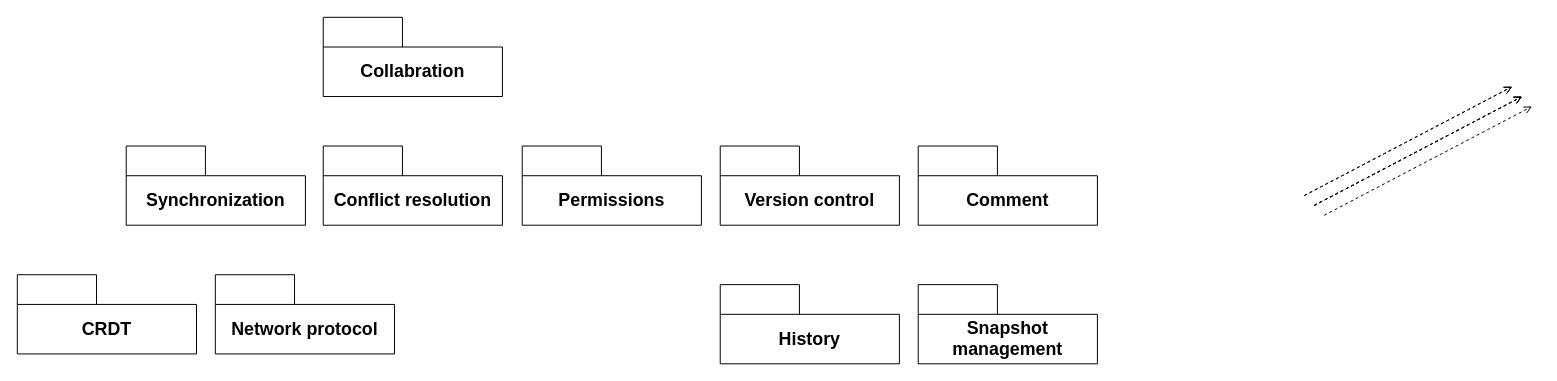
Before: page "Package diagram - Collabration" (14 of 25) of doc/dial_editor.drawio in zz0-0/dial_editor, a draw.io diagram. Source tidied: cells renumbered, new cells numbered last; positions are measured from the earlier drawing's top-left corner, leaving out a move shared by most shapes. Both pictures are drawn from the tidied source at 99%, with x=0, y=0 at pixel (17, 17).
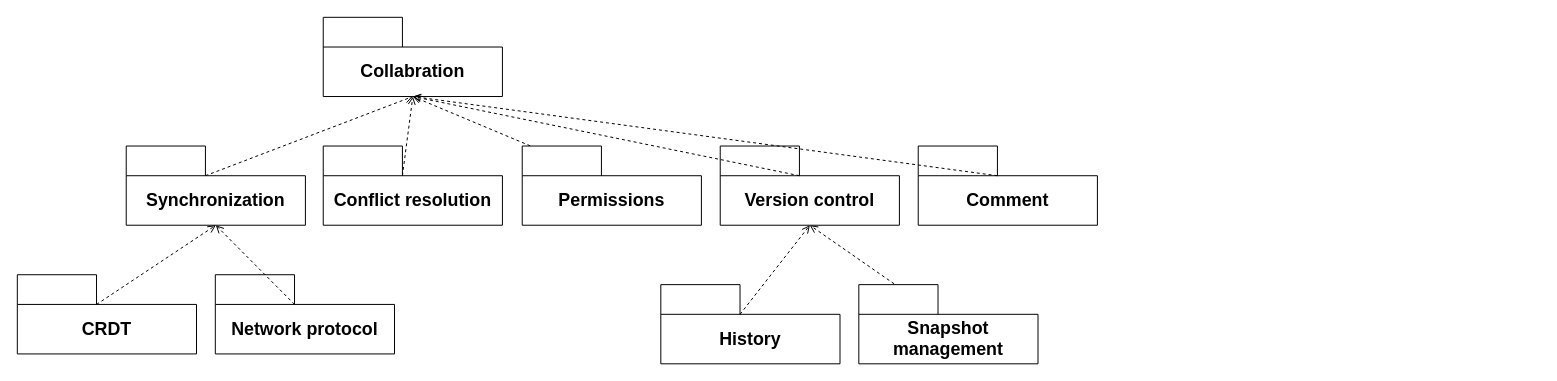
The same page after the edit.

Unchanged cells that the change refers to:
```xml
<mxCell id="8" value="Collabration" style="shape=folder;fontStyle=1;tabWidth=80;tabHeight=30;tabPosition=left;html=1;boundedLbl=1;whiteSpace=wrap;fontSize=18;" parent="1" vertex="1">
  <mxGeometry x="309" width="181" height="80" as="geometry" />
</mxCell>
<mxCell id="9" value="Synchronization" style="shape=folder;fontStyle=1;tabWidth=80;tabHeight=30;tabPosition=left;html=1;boundedLbl=1;whiteSpace=wrap;fontSize=18;" parent="1" vertex="1">
  <mxGeometry x="110" y="130" width="181" height="80" as="geometry" />
</mxCell>
<mxCell id="10" value="Conflict resolution" style="shape=folder;fontStyle=1;tabWidth=80;tabHeight=30;tabPosition=left;html=1;boundedLbl=1;whiteSpace=wrap;fontSize=18;" parent="1" vertex="1">
  <mxGeometry x="309" y="130" width="181" height="80" as="geometry" />
</mxCell>
<mxCell id="11" value="Permissions " style="shape=folder;fontStyle=1;tabWidth=80;tabHeight=30;tabPosition=left;html=1;boundedLbl=1;whiteSpace=wrap;fontSize=18;" parent="1" vertex="1">
  <mxGeometry x="510" y="130" width="181" height="80" as="geometry" />
</mxCell>
<mxCell id="12" value="CRDT" style="shape=folder;fontStyle=1;tabWidth=80;tabHeight=30;tabPosition=left;html=1;boundedLbl=1;whiteSpace=wrap;fontSize=18;" parent="1" vertex="1">
  <mxGeometry y="260" width="181" height="80" as="geometry" />
</mxCell>
<mxCell id="13" value="Network protocol" style="shape=folder;fontStyle=1;tabWidth=80;tabHeight=30;tabPosition=left;html=1;boundedLbl=1;whiteSpace=wrap;fontSize=18;" parent="1" vertex="1">
  <mxGeometry x="200" y="260" width="181" height="80" as="geometry" />
</mxCell>
<mxCell id="14" value="Version control" style="shape=folder;fontStyle=1;tabWidth=80;tabHeight=30;tabPosition=left;html=1;boundedLbl=1;whiteSpace=wrap;fontSize=18;" parent="1" vertex="1">
  <mxGeometry x="710" y="130" width="181" height="80" as="geometry" />
</mxCell>
<mxCell id="17" value="Comment" style="shape=folder;fontStyle=1;tabWidth=80;tabHeight=30;tabPosition=left;html=1;boundedLbl=1;whiteSpace=wrap;fontSize=18;" parent="1" vertex="1">
  <mxGeometry x="910" y="130" width="181" height="80" as="geometry" />
</mxCell>
```

The edit, as a diff of the source:
```diff
@@
-    <mxCell id="2" style="html=1;verticalAlign=bottom;labelBackgroundColor=none;endArrow=open;endFill=0;dashed=1;rounded=0;exitX=0;exitY=0;exitDx=80;exitDy=30;exitPerimeter=0;entryX=0.5;entryY=1;entryDx=0;entryDy=0;entryPerimeter=0;" parent="1" edge="1">
-      <mxGeometry relative="1" as="geometry">
-        <mxPoint x="1300" y="180" as="sourcePoint" />
-        <mxPoint x="1510" y="70" as="targetPoint" />
-      </mxGeometry>
+    <mxCell id="2" style="html=1;verticalAlign=bottom;labelBackgroundColor=none;endArrow=open;endFill=0;dashed=1;rounded=0;exitX=0;exitY=0;exitDx=80;exitDy=30;exitPerimeter=0;entryX=0.5;entryY=1;entryDx=0;entryDy=0;entryPerimeter=0;" parent="1" edge="1" source="10" target="8">
+      <mxGeometry relative="1" as="geometry" />
     </mxCell>
-    <mxCell id="3" style="html=1;verticalAlign=bottom;labelBackgroundColor=none;endArrow=open;endFill=0;dashed=1;rounded=0;exitX=0;exitY=0;exitDx=80;exitDy=30;exitPerimeter=0;entryX=0.5;entryY=1;entryDx=0;entryDy=0;entryPerimeter=0;" parent="1" edge="1">
-      <mxGeometry relative="1" as="geometry">
-        <mxPoint x="1310" y="190" as="sourcePoint" />
-        <mxPoint x="1520" y="80" as="targetPoint" />
-      </mxGeometry>
-    </mxCell>
-    <mxCell id="4" style="html=1;verticalAlign=bottom;labelBackgroundColor=none;endArrow=open;endFill=0;dashed=1;rounded=0;exitX=0;exitY=0;exitDx=80;exitDy=30;exitPerimeter=0;entryX=0.5;entryY=1;entryDx=0;entryDy=0;entryPerimeter=0;" parent="1" edge="1">
-      <mxGeometry relative="1" as="geometry">
-        <mxPoint x="1300" y="180" as="sourcePoint" />
-        <mxPoint x="1510" y="70" as="targetPoint" />
-      </mxGeometry>
+    <mxCell id="4" style="html=1;verticalAlign=bottom;labelBackgroundColor=none;endArrow=open;endFill=0;dashed=1;rounded=0;exitX=0;exitY=0;exitDx=80;exitDy=30;exitPerimeter=0;entryX=0.5;entryY=1;entryDx=0;entryDy=0;entryPerimeter=0;" parent="1" edge="1" source="9" target="8">
+      <mxGeometry relative="1" as="geometry" />
     </mxCell>
-    <mxCell id="5" style="html=1;verticalAlign=bottom;labelBackgroundColor=none;endArrow=open;endFill=0;dashed=1;rounded=0;exitX=0;exitY=0;exitDx=80;exitDy=30;exitPerimeter=0;entryX=0.5;entryY=1;entryDx=0;entryDy=0;entryPerimeter=0;" parent="1" edge="1">
-      <mxGeometry relative="1" as="geometry">
-        <mxPoint x="1310" y="190" as="sourcePoint" />
-        <mxPoint x="1520" y="80" as="targetPoint" />
-      </mxGeometry>
-    </mxCell>
-    <mxCell id="6" style="html=1;verticalAlign=bottom;labelBackgroundColor=none;endArrow=open;endFill=0;dashed=1;rounded=0;exitX=0;exitY=0;exitDx=80;exitDy=30;exitPerimeter=0;entryX=0.5;entryY=1;entryDx=0;entryDy=0;entryPerimeter=0;" parent="1" edge="1">
-      <mxGeometry relative="1" as="geometry">
-        <mxPoint x="1310" y="190" as="sourcePoint" />
-        <mxPoint x="1520" y="80" as="targetPoint" />
-      </mxGeometry>
+    <mxCell id="6" style="html=1;verticalAlign=bottom;labelBackgroundColor=none;endArrow=open;endFill=0;dashed=1;rounded=0;exitX=0;exitY=0;exitDx=80;exitDy=30;exitPerimeter=0;entryX=0.5;entryY=1;entryDx=0;entryDy=0;entryPerimeter=0;" parent="1" edge="1" source="16" target="14">
+      <mxGeometry relative="1" as="geometry" />
     </mxCell>
-    <mxCell id="7" style="html=1;verticalAlign=bottom;labelBackgroundColor=none;endArrow=open;endFill=0;dashed=1;rounded=0;exitX=0;exitY=0;exitDx=80;exitDy=30;exitPerimeter=0;entryX=0.5;entryY=1;entryDx=0;entryDy=0;entryPerimeter=0;" parent="1" edge="1">
-      <mxGeometry relative="1" as="geometry">
-        <mxPoint x="1320" y="200" as="sourcePoint" />
-        <mxPoint x="1530" y="90" as="targetPoint" />
-      </mxGeometry>
+    <mxCell id="7" style="html=1;verticalAlign=bottom;labelBackgroundColor=none;endArrow=open;endFill=0;dashed=1;rounded=0;exitX=0;exitY=0;exitDx=80;exitDy=30;exitPerimeter=0;entryX=0.5;entryY=1;entryDx=0;entryDy=0;entryPerimeter=0;" parent="1" edge="1" source="11" target="8">
+      <mxGeometry relative="1" as="geometry" />
     </mxCell>
@@
     <mxCell id="15" value="History" style="shape=folder;fontStyle=1;tabWidth=80;tabHeight=30;tabPosition=left;html=1;boundedLbl=1;whiteSpace=wrap;fontSize=18;" parent="1" vertex="1">
-      <mxGeometry x="710" y="270" width="181" height="80" as="geometry" />
+      <mxGeometry x="650" y="270" width="181" height="80" as="geometry" />
     </mxCell>
     <mxCell id="16" value="Snapshot management" style="shape=folder;fontStyle=1;tabWidth=80;tabHeight=30;tabPosition=left;html=1;boundedLbl=1;whiteSpace=wrap;fontSize=18;" parent="1" vertex="1">
-      <mxGeometry x="910" y="270" width="181" height="80" as="geometry" />
+      <mxGeometry x="850" y="270" width="181" height="80" as="geometry" />
     </mxCell>
@@
+    <mxCell id="18" style="html=1;verticalAlign=bottom;labelBackgroundColor=none;endArrow=open;endFill=0;dashed=1;rounded=0;exitX=0;exitY=0;exitDx=80;exitDy=30;exitPerimeter=0;entryX=0.5;entryY=1;entryDx=0;entryDy=0;entryPerimeter=0;" parent="1" edge="1" source="15" target="14">
+      <mxGeometry relative="1" as="geometry" />
+    </mxCell>
+    <mxCell id="19" style="html=1;verticalAlign=bottom;labelBackgroundColor=none;endArrow=open;endFill=0;dashed=1;rounded=0;exitX=0;exitY=0;exitDx=80;exitDy=30;exitPerimeter=0;entryX=0.5;entryY=1;entryDx=0;entryDy=0;entryPerimeter=0;" parent="1" edge="1" source="13" target="9">
+      <mxGeometry relative="1" as="geometry" />
+    </mxCell>
+    <mxCell id="20" style="html=1;verticalAlign=bottom;labelBackgroundColor=none;endArrow=open;endFill=0;dashed=1;rounded=0;exitX=0;exitY=0;exitDx=80;exitDy=30;exitPerimeter=0;entryX=0.5;entryY=1;entryDx=0;entryDy=0;entryPerimeter=0;" parent="1" edge="1" source="12" target="9">
+      <mxGeometry relative="1" as="geometry" />
+    </mxCell>
+    <mxCell id="21" style="html=1;verticalAlign=bottom;labelBackgroundColor=none;endArrow=open;endFill=0;dashed=1;rounded=0;exitX=0;exitY=0;exitDx=80;exitDy=30;exitPerimeter=0;entryX=0.5;entryY=1;entryDx=0;entryDy=0;entryPerimeter=0;" parent="1" edge="1" source="17" target="8">
+      <mxGeometry relative="1" as="geometry" />
+    </mxCell>
+    <mxCell id="22" style="html=1;verticalAlign=bottom;labelBackgroundColor=none;endArrow=open;endFill=0;dashed=1;rounded=0;exitX=0;exitY=0;exitDx=80;exitDy=30;exitPerimeter=0;entryX=0.5;entryY=1;entryDx=0;entryDy=0;entryPerimeter=0;" parent="1" edge="1" source="14" target="8">
+      <mxGeometry relative="1" as="geometry" />
+    </mxCell>
```
